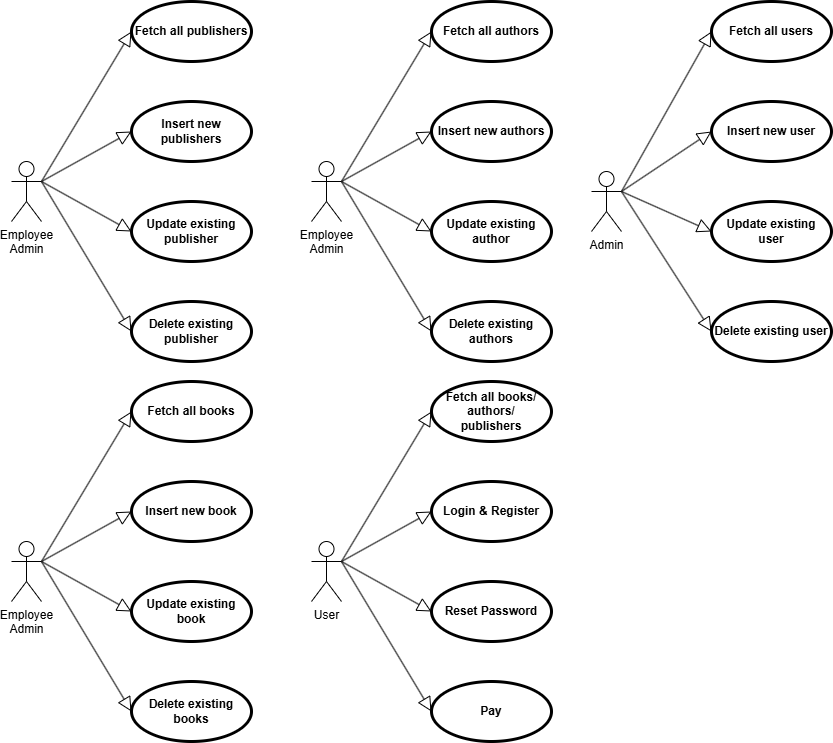
Above: pics/use_cases.drawio.png in l7aur/Library-Management-System (draw.io), before the change. Source tidied: cells renumbered, new cells last; positions are measured from the earlier drawing's top-left corner, leaving out a move shared by most shapes.
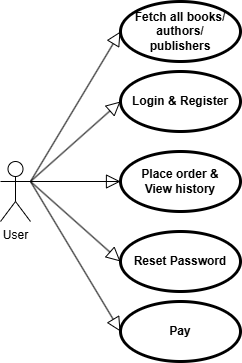
The same file after the commit.

What changed in the source:
```diff
@@ -2,68 +2,14 @@
   <root>
     <mxCell id="0" />
     <mxCell id="1" parent="0" />
-    <mxCell id="2" value="Employee&lt;div&gt;Admin&lt;/div&gt;" style="shape=umlActor;html=1;verticalLabelPosition=bottom;verticalAlign=top;align=center;" parent="1" vertex="1">
-      <mxGeometry x="300" y="160" width="30" height="60" as="geometry" />
-    </mxCell>
-    <mxCell id="3" value="Fetch all authors" style="shape=ellipse;html=1;strokeWidth=3;fontStyle=1;whiteSpace=wrap;align=center;perimeter=ellipsePerimeter;" parent="1" vertex="1">
-      <mxGeometry x="420" width="120" height="60" as="geometry" />
-    </mxCell>
-    <mxCell id="4" value="Insert new authors" style="shape=ellipse;html=1;strokeWidth=3;fontStyle=1;whiteSpace=wrap;align=center;perimeter=ellipsePerimeter;" parent="1" vertex="1">
-      <mxGeometry x="420" y="100" width="120" height="60" as="geometry" />
-    </mxCell>
-    <mxCell id="5" value="Update existing author" style="shape=ellipse;html=1;strokeWidth=3;fontStyle=1;whiteSpace=wrap;align=center;perimeter=ellipsePerimeter;" parent="1" vertex="1">
-      <mxGeometry x="420" y="200" width="120" height="60" as="geometry" />
-    </mxCell>
-    <mxCell id="6" value="Delete existing authors" style="shape=ellipse;html=1;strokeWidth=3;fontStyle=1;whiteSpace=wrap;align=center;perimeter=ellipsePerimeter;" parent="1" vertex="1">
-      <mxGeometry x="420" y="300" width="120" height="60" as="geometry" />
-    </mxCell>
-    <mxCell id="7" style="edgeStyle=none;html=1;endArrow=block;endFill=0;endSize=12;verticalAlign=bottom;rounded=0;entryX=0;entryY=0.5;entryDx=0;entryDy=0;exitX=1;exitY=0.3333333333333333;exitDx=0;exitDy=0;exitPerimeter=0;" parent="1" edge="1" source="2" target="3">
-      <mxGeometry relative="1" as="geometry" />
-    </mxCell>
-    <mxCell id="8" style="edgeStyle=none;html=1;endArrow=block;endFill=0;endSize=12;verticalAlign=bottom;rounded=0;entryX=0;entryY=0.5;entryDx=0;entryDy=0;exitX=1;exitY=0.3333333333333333;exitDx=0;exitDy=0;exitPerimeter=0;" parent="1" edge="1" source="2" target="4">
-      <mxGeometry relative="1" as="geometry" />
-    </mxCell>
-    <mxCell id="9" style="edgeStyle=none;html=1;endArrow=block;endFill=0;endSize=12;verticalAlign=bottom;rounded=0;exitX=1;exitY=0.3333333333333333;exitDx=0;exitDy=0;exitPerimeter=0;entryX=0;entryY=0.5;entryDx=0;entryDy=0;" parent="1" edge="1" source="2" target="5">
-      <mxGeometry relative="1" as="geometry" />
-    </mxCell>
-    <mxCell id="10" style="edgeStyle=none;html=1;endArrow=block;endFill=0;endSize=12;verticalAlign=bottom;rounded=0;exitX=1;exitY=0.3333333333333333;exitDx=0;exitDy=0;exitPerimeter=0;entryX=0;entryY=0.5;entryDx=0;entryDy=0;" parent="1" edge="1" source="2" target="6">
-      <mxGeometry relative="1" as="geometry" />
-    </mxCell>
-    <mxCell id="11" value="Admin" style="shape=umlActor;html=1;verticalLabelPosition=bottom;verticalAlign=top;align=center;" parent="1" vertex="1">
-      <mxGeometry x="580" y="170" width="30" height="60" as="geometry" />
-    </mxCell>
-    <mxCell id="12" value="Fetch all users" style="shape=ellipse;html=1;strokeWidth=3;fontStyle=1;whiteSpace=wrap;align=center;perimeter=ellipsePerimeter;" parent="1" vertex="1">
-      <mxGeometry x="700" width="120" height="60" as="geometry" />
-    </mxCell>
-    <mxCell id="13" value="Insert new user" style="shape=ellipse;html=1;strokeWidth=3;fontStyle=1;whiteSpace=wrap;align=center;perimeter=ellipsePerimeter;" parent="1" vertex="1">
-      <mxGeometry x="700" y="100" width="120" height="60" as="geometry" />
-    </mxCell>
-    <mxCell id="14" value="Update existing user" style="shape=ellipse;html=1;strokeWidth=3;fontStyle=1;whiteSpace=wrap;align=center;perimeter=ellipsePerimeter;" parent="1" vertex="1">
-      <mxGeometry x="700" y="200" width="120" height="60" as="geometry" />
-    </mxCell>
-    <mxCell id="15" value="Delete existing user" style="shape=ellipse;html=1;strokeWidth=3;fontStyle=1;whiteSpace=wrap;align=center;perimeter=ellipsePerimeter;" parent="1" vertex="1">
-      <mxGeometry x="700" y="300" width="120" height="60" as="geometry" />
-    </mxCell>
-    <mxCell id="16" style="edgeStyle=none;html=1;endArrow=block;endFill=0;endSize=12;verticalAlign=bottom;rounded=0;entryX=0;entryY=0.5;entryDx=0;entryDy=0;exitX=1;exitY=0.3333333333333333;exitDx=0;exitDy=0;exitPerimeter=0;" parent="1" edge="1" source="11" target="12">
-      <mxGeometry relative="1" as="geometry" />
-    </mxCell>
-    <mxCell id="17" style="edgeStyle=none;html=1;endArrow=block;endFill=0;endSize=12;verticalAlign=bottom;rounded=0;entryX=0;entryY=0.5;entryDx=0;entryDy=0;exitX=1;exitY=0.3333333333333333;exitDx=0;exitDy=0;exitPerimeter=0;" parent="1" edge="1" source="11" target="13">
-      <mxGeometry relative="1" as="geometry" />
-    </mxCell>
-    <mxCell id="18" style="edgeStyle=none;html=1;endArrow=block;endFill=0;endSize=12;verticalAlign=bottom;rounded=0;exitX=1;exitY=0.3333333333333333;exitDx=0;exitDy=0;exitPerimeter=0;entryX=0;entryY=0.5;entryDx=0;entryDy=0;" parent="1" edge="1" source="11" target="14">
-      <mxGeometry relative="1" as="geometry" />
-    </mxCell>
-    <mxCell id="19" style="edgeStyle=none;html=1;endArrow=block;endFill=0;endSize=12;verticalAlign=bottom;rounded=0;exitX=1;exitY=0.3333333333333333;exitDx=0;exitDy=0;exitPerimeter=0;entryX=0;entryY=0.5;entryDx=0;entryDy=0;" parent="1" edge="1" source="11" target="15">
-      <mxGeometry relative="1" as="geometry" />
-    </mxCell>
     <mxCell id="20" value="User" style="shape=umlActor;html=1;verticalLabelPosition=bottom;verticalAlign=top;align=center;" parent="1" vertex="1">
       <mxGeometry x="300" y="540" width="30" height="60" as="geometry" />
     </mxCell>
     <mxCell id="21" value="Login &amp;amp; Register" style="shape=ellipse;html=1;strokeWidth=3;fontStyle=1;whiteSpace=wrap;align=center;perimeter=ellipsePerimeter;" parent="1" vertex="1">
-      <mxGeometry x="420" y="480" width="120" height="60" as="geometry" />
+      <mxGeometry x="420" y="450" width="120" height="60" as="geometry" />
     </mxCell>
     <mxCell id="22" value="Reset Password" style="shape=ellipse;html=1;strokeWidth=3;fontStyle=1;whiteSpace=wrap;align=center;perimeter=ellipsePerimeter;" parent="1" vertex="1">
-      <mxGeometry x="420" y="580" width="120" height="60" as="geometry" />
+      <mxGeometry x="420" y="610" width="120" height="60" as="geometry" />
     </mxCell>
     <mxCell id="23" style="edgeStyle=none;html=1;endArrow=block;endFill=0;endSize=12;verticalAlign=bottom;rounded=0;entryX=0;entryY=0.5;entryDx=0;entryDy=0;" parent="1" edge="1" target="21">
       <mxGeometry relative="1" as="geometry">
@@ -73,60 +19,6 @@
     <mxCell id="24" style="edgeStyle=none;html=1;endArrow=block;endFill=0;endSize=12;verticalAlign=bottom;rounded=0;entryX=0;entryY=0.5;entryDx=0;entryDy=0;exitX=1;exitY=0.3333333333333333;exitDx=0;exitDy=0;exitPerimeter=0;" parent="1" edge="1" source="20" target="22">
       <mxGeometry relative="1" as="geometry" />
     </mxCell>
-    <mxCell id="25" value="Employee&lt;div&gt;Admin&lt;/div&gt;" style="shape=umlActor;html=1;verticalLabelPosition=bottom;verticalAlign=top;align=center;" parent="1" vertex="1">
-      <mxGeometry y="540" width="30" height="60" as="geometry" />
-    </mxCell>
-    <mxCell id="26" value="Fetch all books" style="shape=ellipse;html=1;strokeWidth=3;fontStyle=1;whiteSpace=wrap;align=center;perimeter=ellipsePerimeter;" parent="1" vertex="1">
-      <mxGeometry x="120" y="380" width="120" height="60" as="geometry" />
-    </mxCell>
-    <mxCell id="27" value="Insert new book" style="shape=ellipse;html=1;strokeWidth=3;fontStyle=1;whiteSpace=wrap;align=center;perimeter=ellipsePerimeter;" parent="1" vertex="1">
-      <mxGeometry x="120" y="480" width="120" height="60" as="geometry" />
-    </mxCell>
-    <mxCell id="28" value="Update existing book" style="shape=ellipse;html=1;strokeWidth=3;fontStyle=1;whiteSpace=wrap;align=center;perimeter=ellipsePerimeter;" parent="1" vertex="1">
-      <mxGeometry x="120" y="580" width="120" height="60" as="geometry" />
-    </mxCell>
-    <mxCell id="29" value="Delete existing books" style="shape=ellipse;html=1;strokeWidth=3;fontStyle=1;whiteSpace=wrap;align=center;perimeter=ellipsePerimeter;" parent="1" vertex="1">
-      <mxGeometry x="120" y="680" width="120" height="60" as="geometry" />
-    </mxCell>
-    <mxCell id="30" style="edgeStyle=none;html=1;endArrow=block;endFill=0;endSize=12;verticalAlign=bottom;rounded=0;entryX=0;entryY=0.5;entryDx=0;entryDy=0;exitX=1;exitY=0.3333333333333333;exitDx=0;exitDy=0;exitPerimeter=0;" parent="1" edge="1" source="25" target="26">
-      <mxGeometry relative="1" as="geometry" />
-    </mxCell>
-    <mxCell id="31" style="edgeStyle=none;html=1;endArrow=block;endFill=0;endSize=12;verticalAlign=bottom;rounded=0;entryX=0;entryY=0.5;entryDx=0;entryDy=0;exitX=1;exitY=0.3333333333333333;exitDx=0;exitDy=0;exitPerimeter=0;" parent="1" edge="1" source="25" target="27">
-      <mxGeometry relative="1" as="geometry" />
-    </mxCell>
-    <mxCell id="32" style="edgeStyle=none;html=1;endArrow=block;endFill=0;endSize=12;verticalAlign=bottom;rounded=0;exitX=1;exitY=0.3333333333333333;exitDx=0;exitDy=0;exitPerimeter=0;entryX=0;entryY=0.5;entryDx=0;entryDy=0;" parent="1" edge="1" source="25" target="28">
-      <mxGeometry relative="1" as="geometry" />
-    </mxCell>
-    <mxCell id="33" style="edgeStyle=none;html=1;endArrow=block;endFill=0;endSize=12;verticalAlign=bottom;rounded=0;exitX=1;exitY=0.3333333333333333;exitDx=0;exitDy=0;exitPerimeter=0;entryX=0;entryY=0.5;entryDx=0;entryDy=0;" parent="1" edge="1" source="25" target="29">
-      <mxGeometry relative="1" as="geometry" />
-    </mxCell>
-    <mxCell id="34" value="Employee&lt;div&gt;Admin&lt;/div&gt;" style="shape=umlActor;html=1;verticalLabelPosition=bottom;verticalAlign=top;align=center;" parent="1" vertex="1">
-      <mxGeometry y="160" width="30" height="60" as="geometry" />
-    </mxCell>
-    <mxCell id="35" value="Fetch all publishers" style="shape=ellipse;html=1;strokeWidth=3;fontStyle=1;whiteSpace=wrap;align=center;perimeter=ellipsePerimeter;" parent="1" vertex="1">
-      <mxGeometry x="120" width="120" height="60" as="geometry" />
-    </mxCell>
-    <mxCell id="36" value="Insert new publishers" style="shape=ellipse;html=1;strokeWidth=3;fontStyle=1;whiteSpace=wrap;align=center;perimeter=ellipsePerimeter;" parent="1" vertex="1">
-      <mxGeometry x="120" y="100" width="120" height="60" as="geometry" />
-    </mxCell>
-    <mxCell id="37" value="Update existing publisher" style="shape=ellipse;html=1;strokeWidth=3;fontStyle=1;whiteSpace=wrap;align=center;perimeter=ellipsePerimeter;" parent="1" vertex="1">
-      <mxGeometry x="120" y="200" width="120" height="60" as="geometry" />
-    </mxCell>
-    <mxCell id="38" value="Delete existing publisher" style="shape=ellipse;html=1;strokeWidth=3;fontStyle=1;whiteSpace=wrap;align=center;perimeter=ellipsePerimeter;" parent="1" vertex="1">
-      <mxGeometry x="120" y="300" width="120" height="60" as="geometry" />
-    </mxCell>
-    <mxCell id="39" style="edgeStyle=none;html=1;endArrow=block;endFill=0;endSize=12;verticalAlign=bottom;rounded=0;entryX=0;entryY=0.5;entryDx=0;entryDy=0;exitX=1;exitY=0.3333333333333333;exitDx=0;exitDy=0;exitPerimeter=0;" parent="1" edge="1" source="34" target="35">
-      <mxGeometry relative="1" as="geometry" />
-    </mxCell>
-    <mxCell id="40" style="edgeStyle=none;html=1;endArrow=block;endFill=0;endSize=12;verticalAlign=bottom;rounded=0;entryX=0;entryY=0.5;entryDx=0;entryDy=0;exitX=1;exitY=0.3333333333333333;exitDx=0;exitDy=0;exitPerimeter=0;" parent="1" edge="1" source="34" target="36">
-      <mxGeometry relative="1" as="geometry" />
-    </mxCell>
-    <mxCell id="41" style="edgeStyle=none;html=1;endArrow=block;endFill=0;endSize=12;verticalAlign=bottom;rounded=0;exitX=1;exitY=0.3333333333333333;exitDx=0;exitDy=0;exitPerimeter=0;entryX=0;entryY=0.5;entryDx=0;entryDy=0;" parent="1" edge="1" source="34" target="37">
-      <mxGeometry relative="1" as="geometry" />
-    </mxCell>
-    <mxCell id="42" style="edgeStyle=none;html=1;endArrow=block;endFill=0;endSize=12;verticalAlign=bottom;rounded=0;exitX=1;exitY=0.3333333333333333;exitDx=0;exitDy=0;exitPerimeter=0;entryX=0;entryY=0.5;entryDx=0;entryDy=0;" parent="1" edge="1" source="34" target="38">
-      <mxGeometry relative="1" as="geometry" />
-    </mxCell>
     <mxCell id="43" value="Fetch all books/&lt;div&gt;authors/&lt;/div&gt;&lt;div&gt;publishers&lt;/div&gt;" style="shape=ellipse;html=1;strokeWidth=3;fontStyle=1;whiteSpace=wrap;align=center;perimeter=ellipsePerimeter;" parent="1" vertex="1">
       <mxGeometry x="420" y="380" width="120" height="60" as="geometry" />
     </mxCell>
@@ -139,5 +31,16 @@
     <mxCell id="46" style="edgeStyle=none;html=1;endArrow=block;endFill=0;endSize=12;verticalAlign=bottom;rounded=0;entryX=0;entryY=0.5;entryDx=0;entryDy=0;exitX=1;exitY=0.3333333333333333;exitDx=0;exitDy=0;exitPerimeter=0;" parent="1" edge="1" source="20" target="45">
       <mxGeometry relative="1" as="geometry" />
     </mxCell>
+    <mxCell id="47" value="Place order &amp;amp;&lt;div&gt;View history&lt;/div&gt;" style="shape=ellipse;html=1;strokeWidth=3;fontStyle=1;whiteSpace=wrap;align=center;perimeter=ellipsePerimeter;" parent="1" vertex="1">
+      <mxGeometry x="420" y="530" width="120" height="60" as="geometry" />
+    </mxCell>
+    <mxCell id="48" style="edgeStyle=none;html=1;endArrow=block;endFill=0;endSize=12;verticalAlign=bottom;rounded=0;entryX=0;entryY=0.5;entryDx=0;entryDy=0;" parent="1" edge="1" target="47">
+      <mxGeometry relative="1" as="geometry">
+        <mxPoint x="420" y="560" as="sourcePoint" />
+        <Array as="points">
+          <mxPoint x="330" y="560" />
+        </Array>
+      </mxGeometry>
+    </mxCell>
   </root>
 </mxGraphModel>
```
